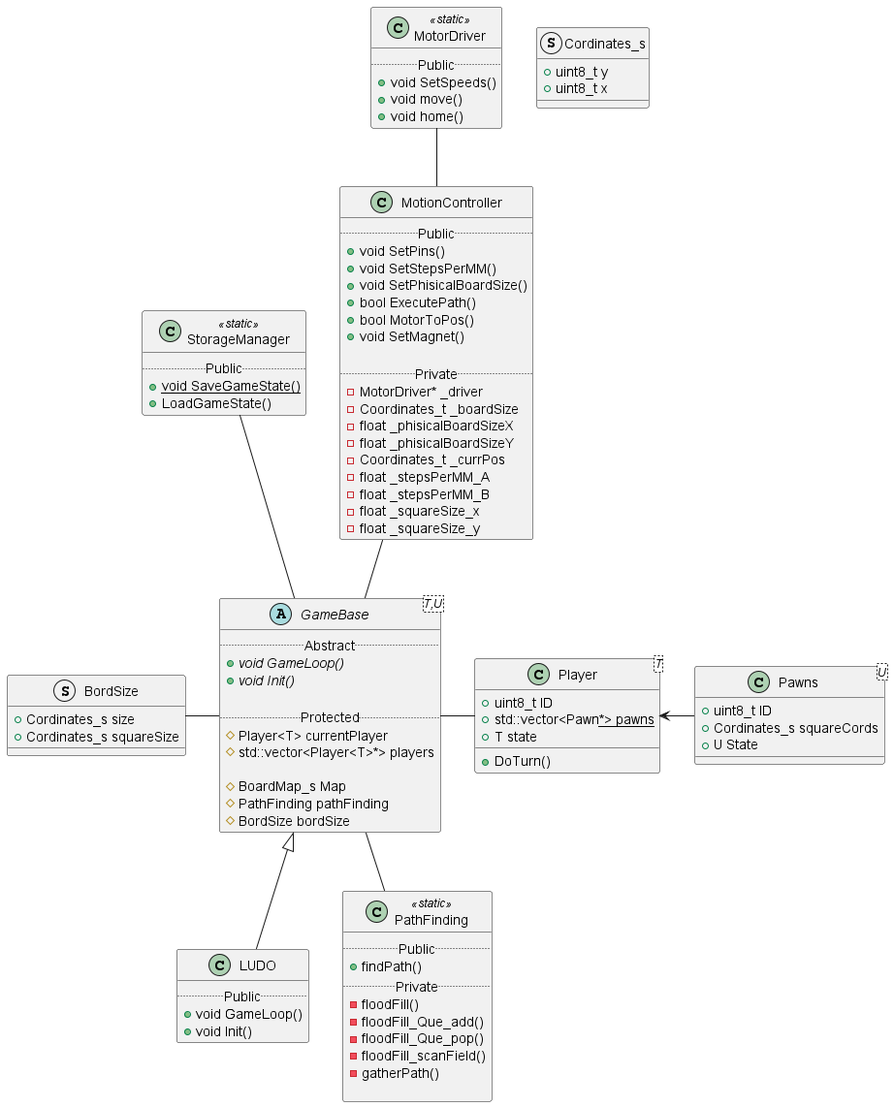
RemonZander/MTG keeps this PlantUML diagram as out/documentation/classDiagram/classDiagram.png. Above is the earlier version.
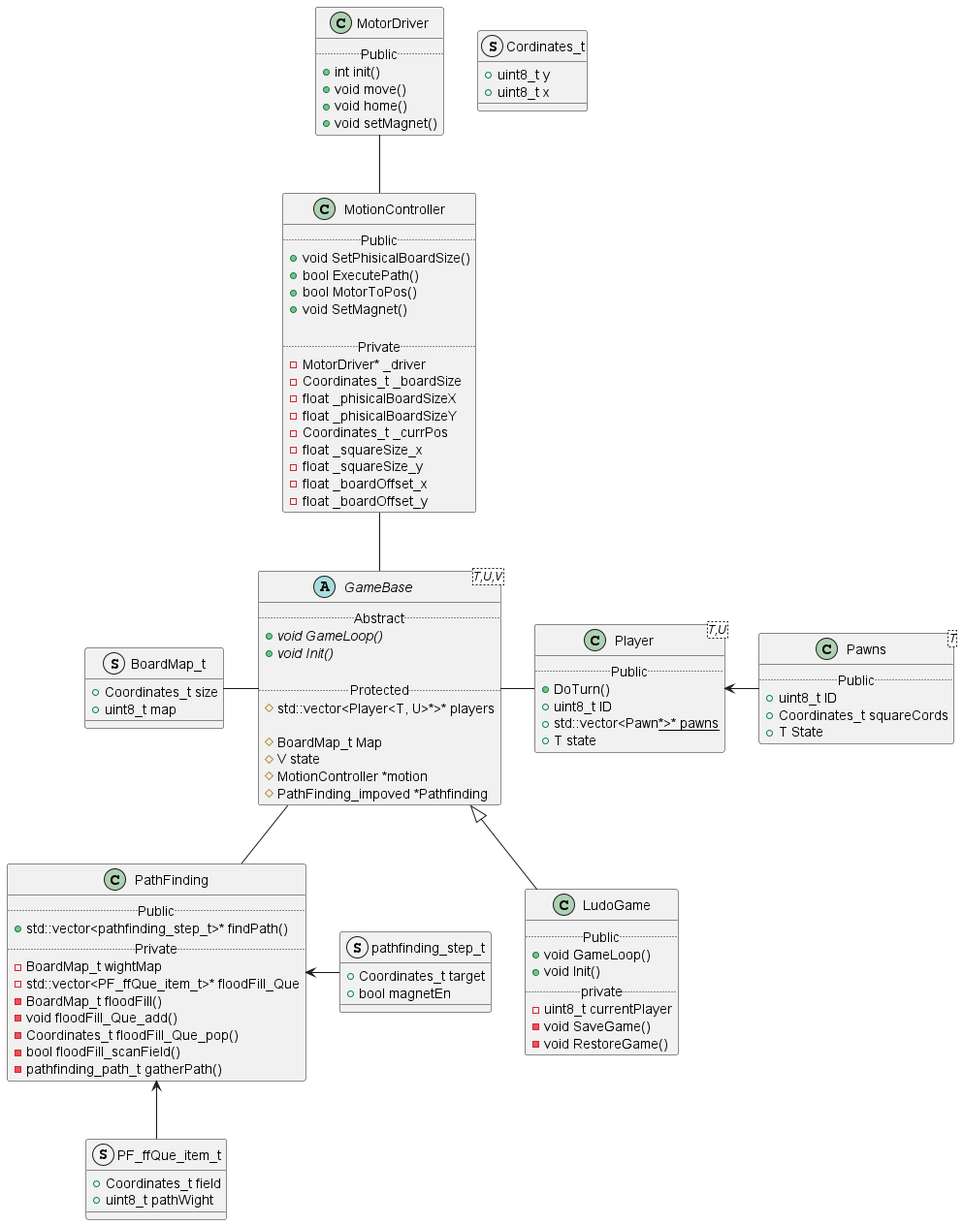
The same file after the commit.

Commit message:
updated class diagram

Diff of the diagram source:
```diff
@@ -1,59 +1,65 @@
 @startuml classDiagram
-abstract GameBase<T,U> {
+abstract GameBase<T,U,V> {
     .. Abstract ..
     {abstract} + void GameLoop()
     {abstract} + void Init()
 
     .. Protected ..
-    # Player<T> currentPlayer
-    # std::vector<Player<T>*> players
+    # std::vector<Player<T, U>*>* players
 
-    # BoardMap_s Map
-    # PathFinding pathFinding
-    # BordSize bordSize
+    # BoardMap_t Map
+    # V state
+    # MotionController *motion
+    # PathFinding_impoved *Pathfinding
 }
 
-class Player<T> {
+class Player<T,U> {
+    .. Public ..
     + DoTurn()
     + uint8_t ID
-    + std::vector<Pawn<U>*> pawns
+    + std::vector<Pawn<U>*>* pawns
     + T state
 }
 
-class Pawns<U> {
+class Pawns<T> {
+    .. Public ..
     + uint8_t ID
-    + Cordinates_s squareCords
-    + U State
+    + Coordinates_t squareCords
+    + T State
 }
 
-struct Cordinates_s {
+struct Cordinates_t {
     + uint8_t y
     + uint8_t x
 }
 
-struct BordSize {
-    + Cordinates_s size
-    + Cordinates_s squareSize
+struct BoardMap_t {
+    + Coordinates_t size
+    + uint8_t map
 }
 
-class LUDO {
+struct pathfinding_step_t {
+    + Coordinates_t target
+    + bool magnetEn
+}
+
+struct PF_ffQue_item_t {
+    + Coordinates_t field
+    + uint8_t pathWight
+}
+
+class LudoGame {
     .. Public ..
     + void GameLoop()
     + void Init()
+    .. private ..
+    - uint8_t currentPlayer
+    - void SaveGame()
+    - void RestoreGame()
 }
-
-
-class StorageManager <<static>> {
-    .. Public ..
-    {static} + void SaveGameState()
-    + LoadGameState()
-}
-
 
 class MotionController {
     .. Public ..
-    + void SetPins()
-    + void SetStepsPerMM()
     + void SetPhisicalBoardSize()
     + bool ExecutePath()
     + bool MotorToPos()
@@ -65,37 +71,40 @@
     - float _phisicalBoardSizeX
     - float _phisicalBoardSizeY
     - Coordinates_t _currPos
-    - float _stepsPerMM_A
-    - float _stepsPerMM_B
     - float _squareSize_x
     - float _squareSize_y
+    - float _boardOffset_x
+    - float _boardOffset_y
 }
 
-class MotorDriver <<static>> {
+class MotorDriver {
     .. Public ..
-    + void SetSpeeds()
+    + int init()
     + void move()
     + void home()
+    + void setMagnet()
 }
 
-class PathFinding <<static>> {
+class PathFinding {
     .. Public ..
-    + findPath()
+    + std::vector<pathfinding_step_t>* findPath()
     .. Private ..
-    - floodFill()
-    - floodFill_Que_add()
-    - floodFill_Que_pop()
-    - floodFill_scanField()
-    - gatherPath()
-
+    - BoardMap_t wightMap
+    - std::vector<PF_ffQue_item_t>* floodFill_Que
+    - BoardMap_t floodFill()
+    - void floodFill_Que_add()
+    - Coordinates_t floodFill_Que_pop()
+    - bool floodFill_scanField()
+    - pathfinding_path_t gatherPath()
 }
 
-BordSize -             GameBase
+BoardMap_t -             GameBase
 GameBase -             Player
 Player <-              Pawns
-GameBase <|--           LUDO
-StorageManager --       GameBase
+GameBase <|--           LudoGame
 MotionController --     GameBase
 MotorDriver --          MotionController
 GameBase --             PathFinding
+PathFinding <--         PF_ffQue_item_t
+PathFinding <-         pathfinding_step_t
 @enduml
```
